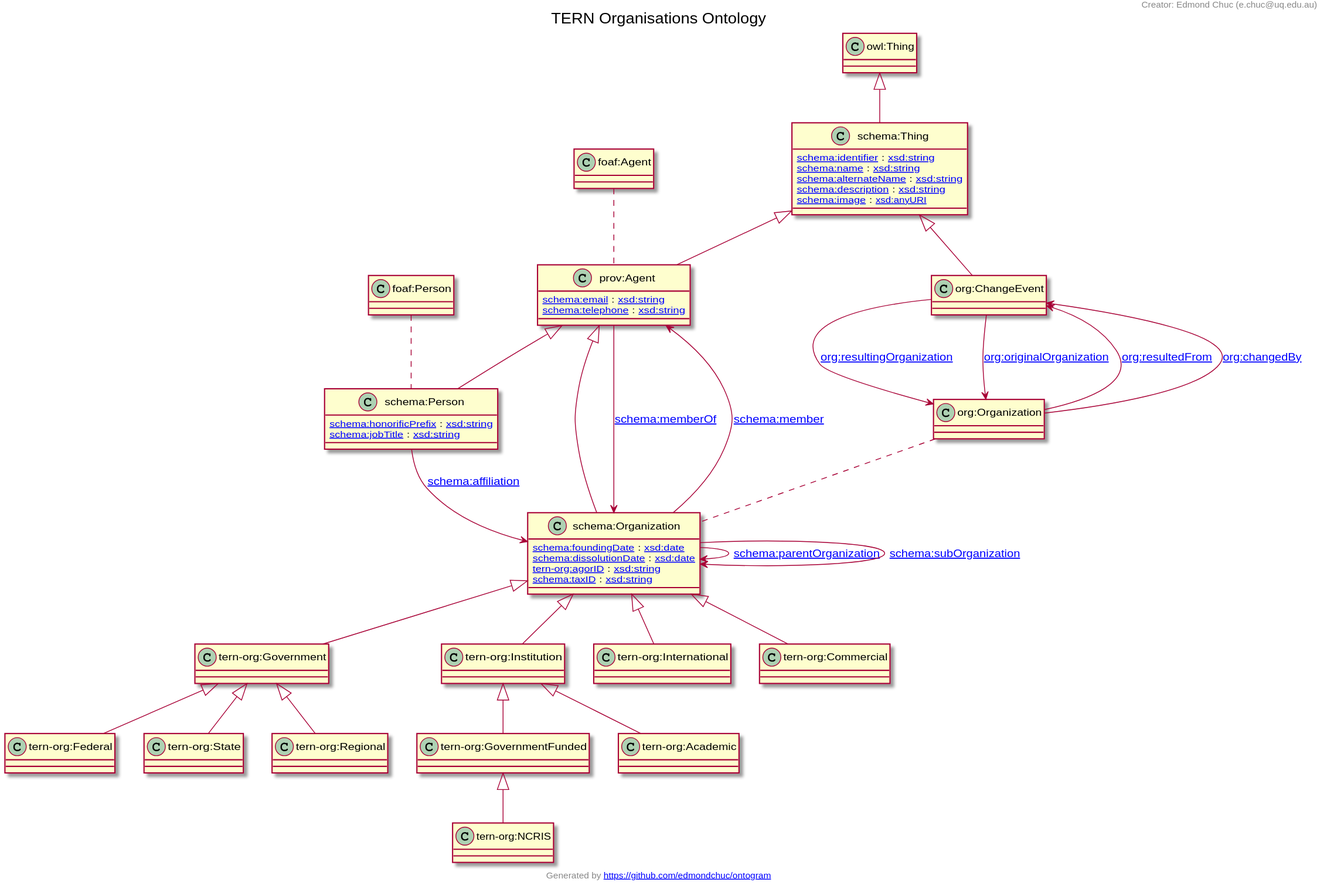
Earlier version of the PlantUML export docs/tern-org.ttl.txt.svg (ternaustralia/ontology_tern-org).
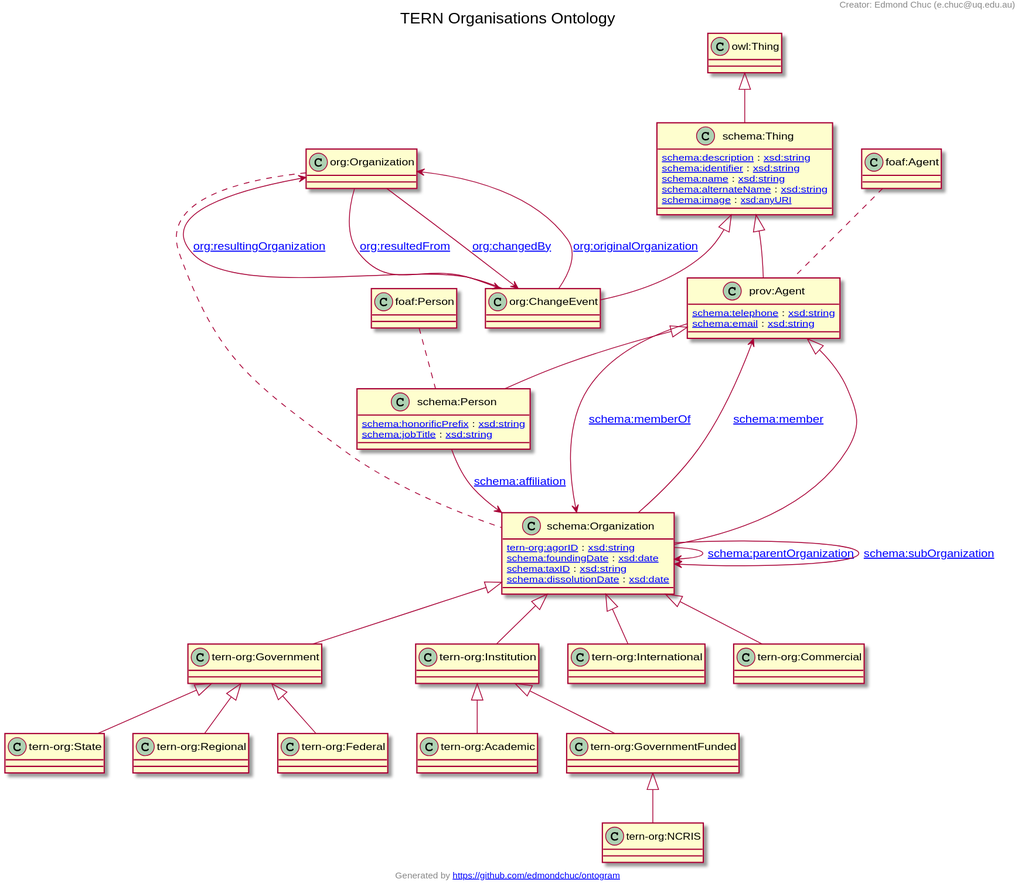
Later version of the same file.

What changed in the source:
```diff
@@ -1,74 +1,74 @@
 @startuml
 title TERN Organisations Ontology
+"prov:Agent" <|-- "schema:Organization"
+"owl:Thing" <|-- "schema:Thing"
+"tern-org:Government" <|-- "tern-org:Regional"
+"schema:Organization" <|-- "tern-org:Government"
+"tern-org:GovernmentFunded" <|-- "tern-org:NCRIS"
+"schema:Organization" <|-- "tern-org:Institution"
+"schema:Thing" <|-- "org:ChangeEvent"
 "schema:Thing" <|-- "prov:Agent"
 "tern-org:Government" <|-- "tern-org:Federal"
-"tern-org:GovernmentFunded" <|-- "tern-org:NCRIS"
-"schema:Organization" <|-- "tern-org:Institution"
-"prov:Agent" <|-- "schema:Organization"
-"owl:Thing" <|-- "schema:Thing"
 "prov:Agent" <|-- "schema:Person"
-"schema:Organization" <|-- "tern-org:Government"
+"tern-org:Institution" <|-- "tern-org:Academic"
+"tern-org:Government" <|-- "tern-org:State"
 "schema:Organization" <|-- "tern-org:International"
-"tern-org:Government" <|-- "tern-org:State"
+"schema:Organization" <|-- "tern-org:Commercial"
 "tern-org:Institution" <|-- "tern-org:GovernmentFunded"
-"tern-org:Government" <|-- "tern-org:Regional"
-"schema:Thing" <|-- "org:ChangeEvent"
-"schema:Organization" <|-- "tern-org:Commercial"
-"tern-org:Institution" <|-- "tern-org:Academic"
-Class "prov:Agent" [[http://www.w3.org/ns/prov#Agent]] {
-[[http://schema.org/email schema:email]] : [[http://www.w3.org/2001/XMLSchema#string xsd:string]]
-[[http://schema.org/telephone schema:telephone]] : [[http://www.w3.org/2001/XMLSchema#string xsd:string]]
+Class "schema:Organization" [[http://schema.org/Organization]] {
+[[https://w3id.org/tern/ontologies/org/agorID tern-org:agorID]] : [[http://www.w3.org/2001/XMLSchema#string xsd:string]]
+[[http://schema.org/foundingDate schema:foundingDate]] : [[http://www.w3.org/2001/XMLSchema#date xsd:date]]
+[[http://schema.org/taxID schema:taxID]] : [[http://www.w3.org/2001/XMLSchema#string xsd:string]]
+[[http://schema.org/dissolutionDate schema:dissolutionDate]] : [[http://www.w3.org/2001/XMLSchema#date xsd:date]]
 }
-Class "tern-org:Federal" [[https://w3id.org/tern/ontologies/org/Federal]] {
+Class "schema:Thing" [[http://schema.org/Thing]] {
+[[http://schema.org/description schema:description]] : [[http://www.w3.org/2001/XMLSchema#string xsd:string]]
+[[http://schema.org/identifier schema:identifier]] : [[http://www.w3.org/2001/XMLSchema#string xsd:string]]
+[[http://schema.org/name schema:name]] : [[http://www.w3.org/2001/XMLSchema#string xsd:string]]
+[[http://schema.org/alternateName schema:alternateName]] : [[http://www.w3.org/2001/XMLSchema#string xsd:string]]
+[[http://schema.org/image schema:image]] : [[http://www.w3.org/2001/XMLSchema#anyURI xsd:anyURI]]
+}
+Class "tern-org:Regional" [[https://w3id.org/tern/ontologies/org/Regional]] {
+}
+Class "tern-org:Government" [[https://w3id.org/tern/ontologies/org/Government]] {
 }
 Class "tern-org:NCRIS" [[https://w3id.org/tern/ontologies/org/NCRIS]] {
 }
 Class "tern-org:Institution" [[https://w3id.org/tern/ontologies/org/Institution]] {
 }
-Class "schema:Organization" [[http://schema.org/Organization]] {
-[[http://schema.org/foundingDate schema:foundingDate]] : [[http://www.w3.org/2001/XMLSchema#date xsd:date]]
-[[http://schema.org/dissolutionDate schema:dissolutionDate]] : [[http://www.w3.org/2001/XMLSchema#date xsd:date]]
-[[https://w3id.org/tern/ontologies/org/agorID tern-org:agorID]] : [[http://www.w3.org/2001/XMLSchema#string xsd:string]]
-[[http://schema.org/taxID schema:taxID]] : [[http://www.w3.org/2001/XMLSchema#string xsd:string]]
+Class "org:ChangeEvent" [[http://www.w3.org/ns/org#ChangeEvent]] {
 }
-Class "schema:Thing" [[http://schema.org/Thing]] {
-[[http://schema.org/identifier schema:identifier]] : [[http://www.w3.org/2001/XMLSchema#string xsd:string]]
-[[http://schema.org/name schema:name]] : [[http://www.w3.org/2001/XMLSchema#string xsd:string]]
-[[http://schema.org/alternateName schema:alternateName]] : [[http://www.w3.org/2001/XMLSchema#string xsd:string]]
-[[http://schema.org/description schema:description]] : [[http://www.w3.org/2001/XMLSchema#string xsd:string]]
-[[http://schema.org/image schema:image]] : [[http://www.w3.org/2001/XMLSchema#anyURI xsd:anyURI]]
+Class "prov:Agent" [[http://www.w3.org/ns/prov#Agent]] {
+[[http://schema.org/telephone schema:telephone]] : [[http://www.w3.org/2001/XMLSchema#string xsd:string]]
+[[http://schema.org/email schema:email]] : [[http://www.w3.org/2001/XMLSchema#string xsd:string]]
+}
+Class "tern-org:Federal" [[https://w3id.org/tern/ontologies/org/Federal]] {
 }
 Class "schema:Person" [[http://schema.org/Person]] {
 [[http://schema.org/honorificPrefix schema:honorificPrefix]] : [[http://www.w3.org/2001/XMLSchema#string xsd:string]]
 [[http://schema.org/jobTitle schema:jobTitle]] : [[http://www.w3.org/2001/XMLSchema#string xsd:string]]
 }
-Class "tern-org:Government" [[https://w3id.org/tern/ontologies/org/Government]] {
+Class "tern-org:Academic" [[https://w3id.org/tern/ontologies/org/Academic]] {
+}
+Class "tern-org:State" [[https://w3id.org/tern/ontologies/org/State]] {
 }
 Class "tern-org:International" [[https://w3id.org/tern/ontologies/org/International]] {
 }
-Class "tern-org:State" [[https://w3id.org/tern/ontologies/org/State]] {
+Class "tern-org:Commercial" [[https://w3id.org/tern/ontologies/org/Commercial]] {
 }
 Class "tern-org:GovernmentFunded" [[https://w3id.org/tern/ontologies/org/GovernmentFunded]] {
 }
-Class "tern-org:Regional" [[https://w3id.org/tern/ontologies/org/Regional]] {
-}
-Class "org:ChangeEvent" [[http://www.w3.org/ns/org#ChangeEvent]] {
-}
-Class "tern-org:Commercial" [[https://w3id.org/tern/ontologies/org/Commercial]] {
-}
-Class "tern-org:Academic" [[https://w3id.org/tern/ontologies/org/Academic]] {
-}
 "schema:Organization" --> "schema:Organization" : "[[http://schema.org/parentOrganization schema:parentOrganization]]"
+"org:ChangeEvent" --> "org:Organization" : "[[http://www.w3.org/ns/org#originalOrganization org:originalOrganization]]"
+"schema:Organization" --> "prov:Agent" : "[[http://schema.org/member schema:member]]"
+"schema:Person" --> "schema:Organization" : "[[http://schema.org/affiliation schema:affiliation]]"
+"org:ChangeEvent" --> "org:Organization" : "[[http://www.w3.org/ns/org#resultingOrganization org:resultingOrganization]]"
+"schema:Organization" --> "schema:Organization" : "[[http://schema.org/subOrganization schema:subOrganization]]"
+"prov:Agent" --> "schema:Organization" : "[[http://schema.org/memberOf schema:memberOf]]"
 "org:Organization" --> "org:ChangeEvent" : "[[http://www.w3.org/ns/org#resultedFrom org:resultedFrom]]"
-"org:ChangeEvent" --> "org:Organization" : "[[http://www.w3.org/ns/org#resultingOrganization org:resultingOrganization]]"
-"prov:Agent" --> "schema:Organization" : "[[http://schema.org/memberOf schema:memberOf]]"
-"schema:Person" --> "schema:Organization" : "[[http://schema.org/affiliation schema:affiliation]]"
-"org:ChangeEvent" --> "org:Organization" : "[[http://www.w3.org/ns/org#originalOrganization org:originalOrganization]]"
 "org:Organization" --> "org:ChangeEvent" : "[[http://www.w3.org/ns/org#changedBy org:changedBy]]"
-"schema:Organization" --> "schema:Organization" : "[[http://schema.org/subOrganization schema:subOrganization]]"
-"schema:Organization" --> "prov:Agent" : "[[http://schema.org/member schema:member]]"
+"org:Organization" .. "schema:Organization"
 "foaf:Agent" .. "prov:Agent"
-"org:Organization" .. "schema:Organization"
 "foaf:Person" .. "schema:Person"
 header
 Creator: Edmond Chuc (e.chuc@uq.edu.au)
```
